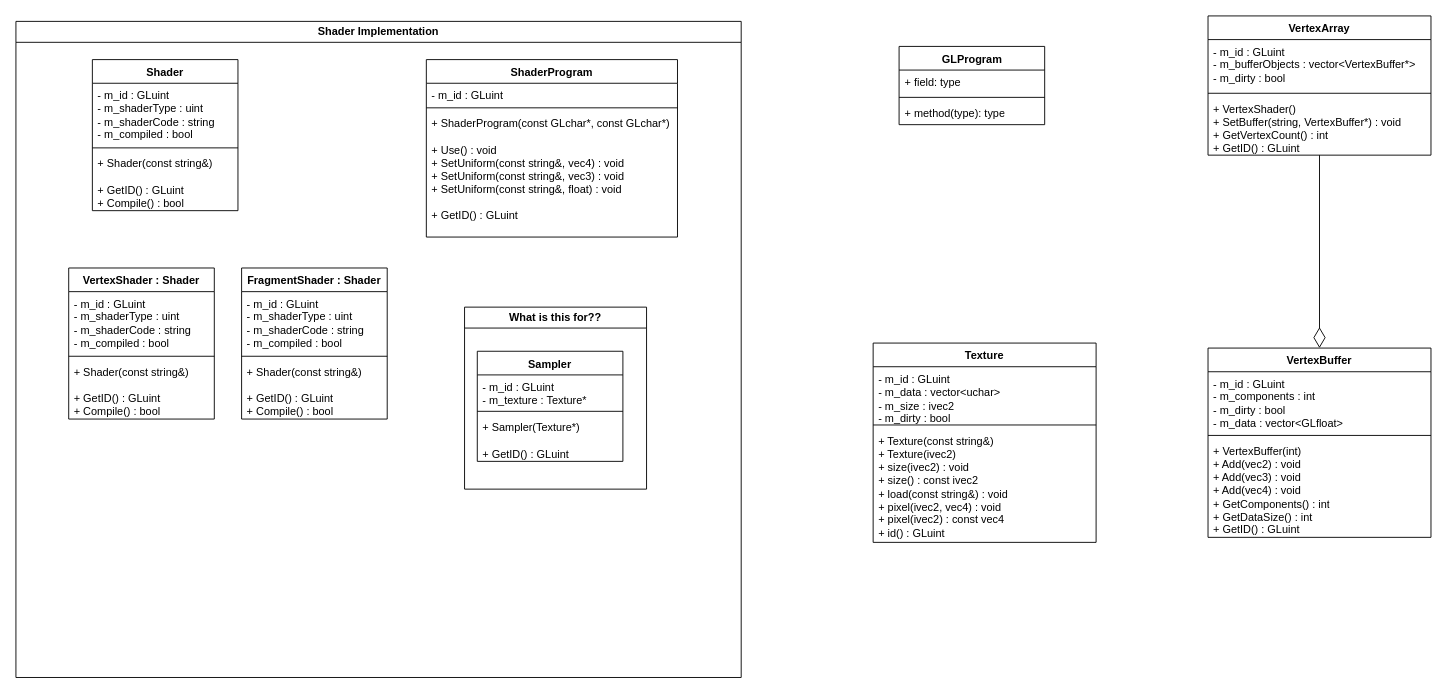
This is GLProgram.drawio from RanakOFour/3DGPProject, a draw.io file, before an edit. Source tidied: cells renumbered, new cells numbered last; positions are measured from the earlier drawing's top-left corner, leaving out a move shared by most shapes. Both pictures are drawn from the tidied source at 91%, with x=0, y=0 at pixel (15, 15).
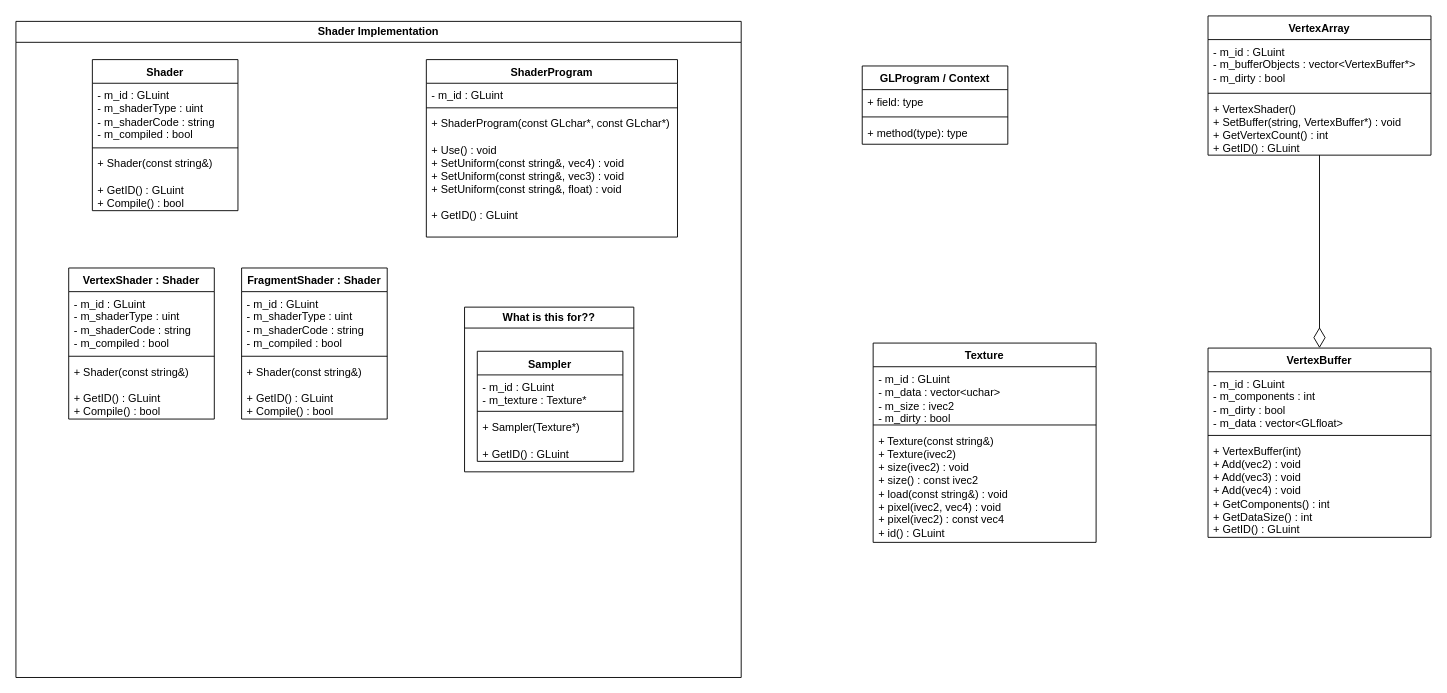
After the change.

The change refers to these unchanged cells:
```xml
<mxCell id="19" value="Shader Implementation" style="swimlane;whiteSpace=wrap;html=1;" parent="1" vertex="1">
  <mxGeometry y="6" width="797" height="721" as="geometry" />
</mxCell>
```

What changed in the source:
```diff
@@
-    <mxCell id="2" value="GLProgram" style="swimlane;fontStyle=1;align=center;verticalAlign=top;horizontal=1;startSize=26;whiteSpace=wrap;html=1;" parent="1" vertex="1">
-      <mxGeometry x="970.5" y="33.5" width="160" height="86" as="geometry" />
+    <mxCell id="2" value="GLProgram / Context" style="swimlane;fontStyle=1;align=center;verticalAlign=top;horizontal=1;startSize=26;whiteSpace=wrap;html=1;" parent="1" vertex="1">
+      <mxGeometry x="930" y="55" width="160" height="86" as="geometry" />
     </mxCell>
@@
     <mxCell id="36" value="What is this for??" style="swimlane;whiteSpace=wrap;html=1;" parent="19" vertex="1">
-      <mxGeometry x="493" y="314" width="200" height="200" as="geometry" />
+      <mxGeometry x="493" y="314" width="186" height="181" as="geometry" />
     </mxCell>
```
